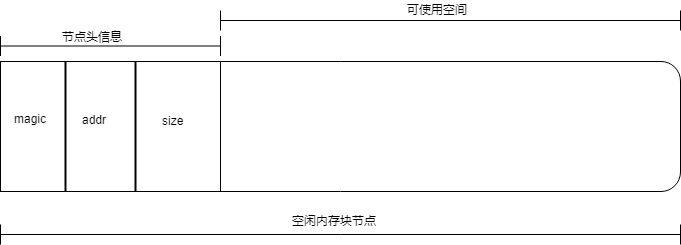
Before: img/空闲内存块节点组成.png, a diagram exported from draw.io (daxia-hu/daxia-hu.github.io). Source tidied: cells renumbered, new cells last; positions are measured from the earlier drawing's top-left corner, leaving out a move shared by most shapes. Source of this version:
```xml
<mxGraphModel>
  <root>
    <mxCell id="0" />
    <mxCell id="1" parent="0" />
    <mxCell id="2" style="rounded=1;whiteSpace=wrap;html=1;" parent="1" vertex="1">
      <mxGeometry y="61" width="680" height="130" as="geometry" />
    </mxCell>
    <mxCell id="3" style="rounded=0;whiteSpace=wrap;html=1;" parent="1" vertex="1">
      <mxGeometry y="61" width="220" height="130" as="geometry" />
    </mxCell>
    <mxCell id="4" style="shape=crossbar;whiteSpace=wrap;html=1;rounded=1;" parent="1" vertex="1">
      <mxGeometry y="35.5" width="220" height="20" as="geometry" />
    </mxCell>
    <mxCell id="5" value="节点头信息" style="text;html=1;align=left;verticalAlign=top;spacingTop=-4;" parent="1" vertex="1">
      <mxGeometry x="60" y="26.5" width="80" height="20" as="geometry" />
    </mxCell>
    <mxCell id="6" style="shape=crossbar;whiteSpace=wrap;html=1;rounded=1;" parent="1" vertex="1">
      <mxGeometry x="220" y="10" width="460" height="20" as="geometry" />
    </mxCell>
    <mxCell id="7" value="可使用空间" style="text;html=1;align=left;verticalAlign=top;spacingTop=-4;" parent="1" vertex="1">
      <mxGeometry x="404.5" width="80" height="20" as="geometry" />
    </mxCell>
    <mxCell id="8" style="line;strokeWidth=2;direction=south;html=1;" parent="1" vertex="1">
      <mxGeometry x="60" y="61" width="10" height="130" as="geometry" />
    </mxCell>
    <mxCell id="9" style="line;strokeWidth=2;direction=south;html=1;" parent="1" vertex="1">
      <mxGeometry x="130" y="61" width="10" height="130" as="geometry" />
    </mxCell>
    <mxCell id="10" value="magic" style="text;html=1;align=left;verticalAlign=top;spacingTop=-4;" parent="1" vertex="1">
      <mxGeometry x="12" y="109" width="50" height="20" as="geometry" />
    </mxCell>
    <mxCell id="11" value="addr" style="text;html=1;align=left;verticalAlign=top;spacingTop=-4;" parent="1" vertex="1">
      <mxGeometry x="80" y="110" width="40" height="20" as="geometry" />
    </mxCell>
    <mxCell id="12" value="size" style="text;html=1;align=left;verticalAlign=top;spacingTop=-4;" parent="1" vertex="1">
      <mxGeometry x="160" y="111" width="40" height="20" as="geometry" />
    </mxCell>
    <mxCell id="13" style="shape=crossbar;whiteSpace=wrap;html=1;rounded=1;" parent="1" vertex="1">
      <mxGeometry y="224" width="680" height="20" as="geometry" />
    </mxCell>
    <mxCell id="14" value="空闲内存块节点" style="text;html=1;align=left;verticalAlign=top;spacingTop=-4;" parent="1" vertex="1">
      <mxGeometry x="290" y="211" width="100" height="20" as="geometry" />
    </mxCell>
  </root>
</mxGraphModel>
```
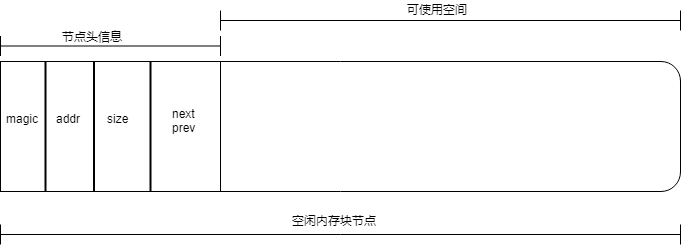
The same file after the commit.

Change to the diagram source:
```diff
@@ -21,19 +21,19 @@
       <mxGeometry x="404.5" width="80" height="20" as="geometry" />
     </mxCell>
     <mxCell id="8" style="line;strokeWidth=2;direction=south;html=1;" parent="1" vertex="1">
-      <mxGeometry x="60" y="61" width="10" height="130" as="geometry" />
+      <mxGeometry x="40" y="61" width="10" height="130" as="geometry" />
     </mxCell>
     <mxCell id="9" style="line;strokeWidth=2;direction=south;html=1;" parent="1" vertex="1">
-      <mxGeometry x="130" y="61" width="10" height="130" as="geometry" />
+      <mxGeometry x="88.5" y="61" width="10" height="130" as="geometry" />
     </mxCell>
     <mxCell id="10" value="magic" style="text;html=1;align=left;verticalAlign=top;spacingTop=-4;" parent="1" vertex="1">
-      <mxGeometry x="12" y="109" width="50" height="20" as="geometry" />
+      <mxGeometry x="3.5" y="109" width="50" height="20" as="geometry" />
     </mxCell>
     <mxCell id="11" value="addr" style="text;html=1;align=left;verticalAlign=top;spacingTop=-4;" parent="1" vertex="1">
-      <mxGeometry x="80" y="110" width="40" height="20" as="geometry" />
+      <mxGeometry x="53.5" y="109" width="40" height="20" as="geometry" />
     </mxCell>
     <mxCell id="12" value="size" style="text;html=1;align=left;verticalAlign=top;spacingTop=-4;" parent="1" vertex="1">
-      <mxGeometry x="160" y="111" width="40" height="20" as="geometry" />
+      <mxGeometry x="105" y="109" width="40" height="20" as="geometry" />
     </mxCell>
     <mxCell id="13" style="shape=crossbar;whiteSpace=wrap;html=1;rounded=1;" parent="1" vertex="1">
       <mxGeometry y="224" width="680" height="20" as="geometry" />
@@ -41,5 +41,11 @@
     <mxCell id="14" value="空闲内存块节点" style="text;html=1;align=left;verticalAlign=top;spacingTop=-4;" parent="1" vertex="1">
       <mxGeometry x="290" y="211" width="100" height="20" as="geometry" />
     </mxCell>
+    <mxCell id="15" style="line;strokeWidth=2;direction=south;html=1;" parent="1" vertex="1">
+      <mxGeometry x="145" y="61" width="10" height="130" as="geometry" />
+    </mxCell>
+    <mxCell id="16" value="next&lt;br&gt;prev" style="text;html=1;align=left;verticalAlign=top;spacingTop=-4;" parent="1" vertex="1">
+      <mxGeometry x="170" y="104" width="40" height="30" as="geometry" />
+    </mxCell>
   </root>
 </mxGraphModel>
```
